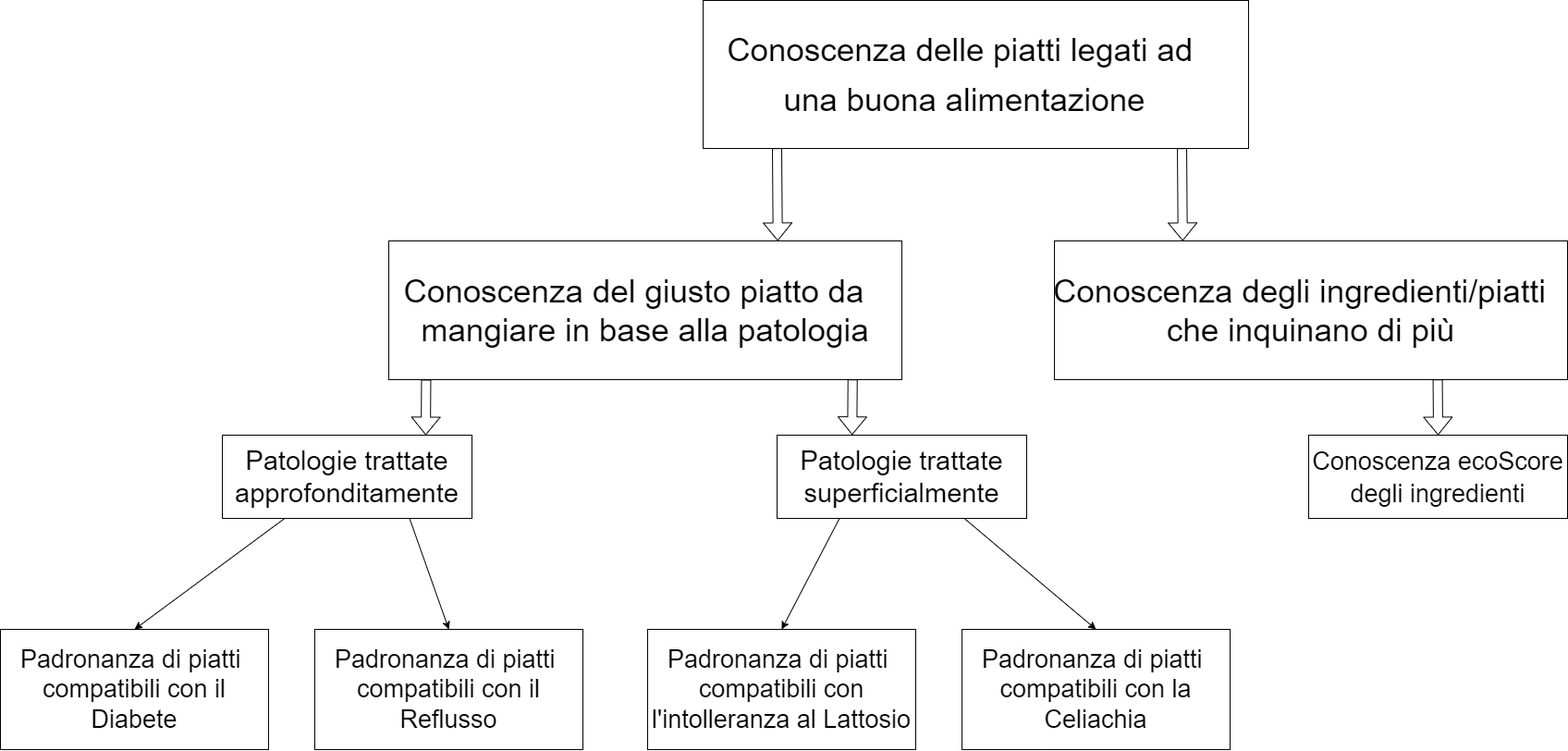
Above: doc/Progetti Drawio/A diagramma competenze acquisite.drawio.png in zSavT/Healthy-Catering (draw.io), before the change. Source tidied: cells renumbered, new cells last; positions are measured from the earlier drawing's top-left corner, leaving out a move shared by most shapes.
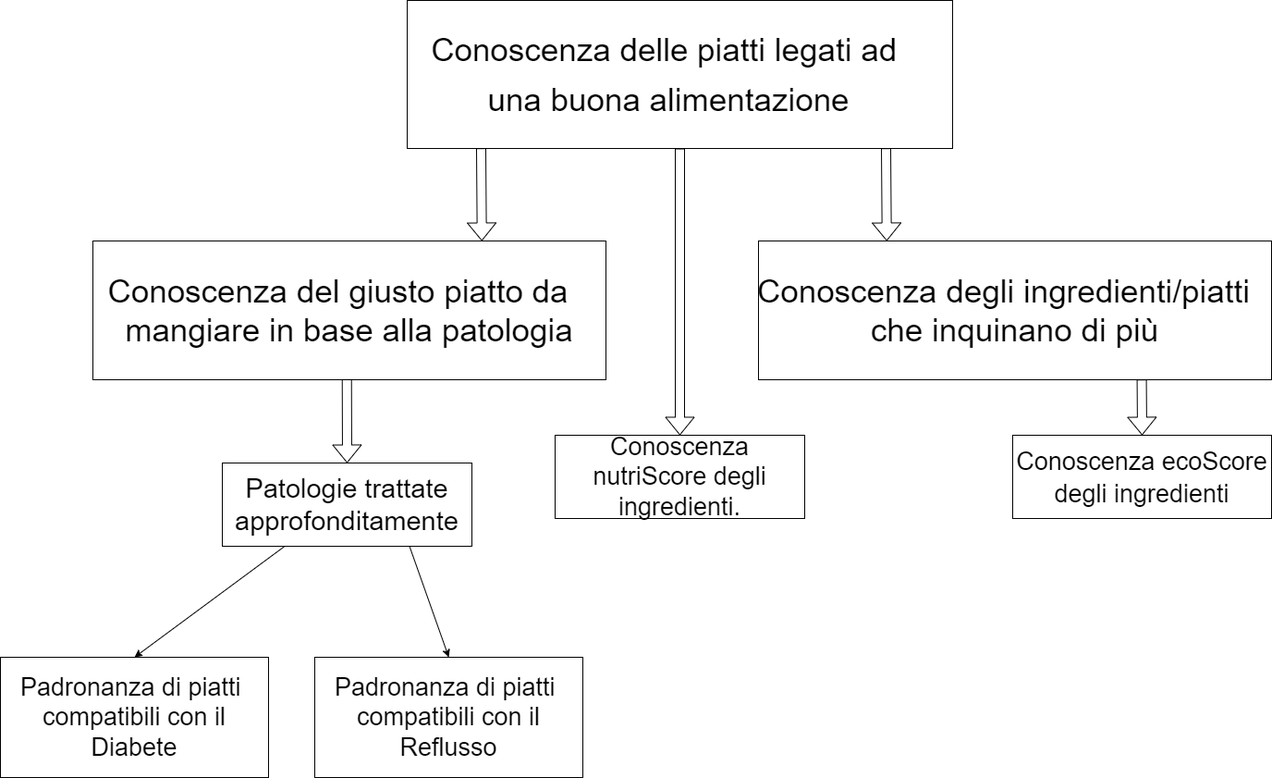
The same diagram one commit later.

Commit message:
Aggiornato schema conoscenze acquisite

The edit, as a diff of the source:
```diff
@@ -15,49 +15,28 @@
       <mxGeometry relative="1" as="geometry" />
     </mxCell>
     <mxCell id="6" value="&lt;font style=&quot;font-size: 27px;&quot;&gt;Padronanza di piatti&amp;nbsp; compatibili con il Diabete&lt;/font&gt;" style="rounded=0;whiteSpace=wrap;html=1;" parent="1" vertex="1">
-      <mxGeometry y="680" width="290" height="130" as="geometry" />
+      <mxGeometry x="320" y="710" width="290" height="130" as="geometry" />
     </mxCell>
     <mxCell id="7" value="&lt;font style=&quot;font-size: 27px;&quot;&gt;Padronanza di piatti&amp;nbsp; compatibili con il Reflusso&lt;/font&gt;" style="rounded=0;whiteSpace=wrap;html=1;" parent="1" vertex="1">
-      <mxGeometry x="340" y="680" width="290" height="130" as="geometry" />
+      <mxGeometry x="660" y="710" width="290" height="130" as="geometry" />
     </mxCell>
-    <mxCell id="8" value="&lt;font style=&quot;font-size: 27px;&quot;&gt;Padronanza di piatti&amp;nbsp; compatibili con la Celiachia&lt;/font&gt;" style="rounded=0;whiteSpace=wrap;html=1;" parent="1" vertex="1">
-      <mxGeometry x="1040" y="680" width="290" height="130" as="geometry" />
-    </mxCell>
-    <mxCell id="9" value="&lt;font style=&quot;font-size: 27px;&quot;&gt;Padronanza di piatti&amp;nbsp; compatibili con l'intolleranza al Lattosio&lt;/font&gt;" style="rounded=0;whiteSpace=wrap;html=1;" parent="1" vertex="1">
-      <mxGeometry x="700" y="680" width="290" height="130" as="geometry" />
-    </mxCell>
     <mxCell id="10" value="Patologie trattate approfonditamente" style="rounded=0;whiteSpace=wrap;html=1;fontSize=29;" parent="1" vertex="1">
-      <mxGeometry x="240" y="470" width="270" height="90" as="geometry" />
+      <mxGeometry x="560" y="500" width="270" height="90" as="geometry" />
     </mxCell>
-    <mxCell id="11" value="Patologie trattate superficialmente" style="rounded=0;whiteSpace=wrap;html=1;fontSize=29;" parent="1" vertex="1">
-      <mxGeometry x="840" y="470" width="270" height="90" as="geometry" />
-    </mxCell>
     <mxCell id="12" style="shape=flexArrow;endArrow=classic;html=1;rounded=0;fontSize=39;entryX=0.25;entryY=0;entryDx=0;entryDy=0;exitX=0.878;exitY=0.998;exitDx=0;exitDy=0;exitPerimeter=0;" parent="1" edge="1">
       <mxGeometry relative="1" as="geometry">
         <mxPoint x="840" y="159.7" as="sourcePoint" />
         <mxPoint x="840.7" y="260" as="targetPoint" />
       </mxGeometry>
     </mxCell>
-    <mxCell id="13" style="endArrow=classic;html=1;rounded=0;fontSize=37;exitX=0.75;exitY=1;exitDx=0;exitDy=0;entryX=0.5;entryY=0;entryDx=0;entryDy=0;" parent="1" edge="1" source="11" target="8">
-      <mxGeometry relative="1" as="geometry" />
-    </mxCell>
-    <mxCell id="14" style="endArrow=classic;html=1;rounded=0;fontSize=37;exitX=0.25;exitY=1;exitDx=0;exitDy=0;entryX=0.5;entryY=0;entryDx=0;entryDy=0;" parent="1" edge="1" source="11" target="9">
-      <mxGeometry relative="1" as="geometry" />
-    </mxCell>
     <mxCell id="15" style="endArrow=classic;html=1;rounded=0;fontSize=37;exitX=0.25;exitY=1;exitDx=0;exitDy=0;entryX=0.5;entryY=0;entryDx=0;entryDy=0;" parent="1" edge="1" source="10" target="6">
       <mxGeometry relative="1" as="geometry" />
     </mxCell>
     <mxCell id="16" style="endArrow=classic;html=1;rounded=0;fontSize=37;exitX=0.75;exitY=1;exitDx=0;exitDy=0;entryX=0.5;entryY=0;entryDx=0;entryDy=0;" parent="1" edge="1" source="10" target="7">
       <mxGeometry relative="1" as="geometry" />
     </mxCell>
-    <mxCell id="17" style="shape=flexArrow;endArrow=classic;html=1;rounded=0;fontSize=37;exitX=0.904;exitY=0.998;exitDx=0;exitDy=0;exitPerimeter=0;entryX=0.301;entryY=-0.003;entryDx=0;entryDy=0;entryPerimeter=0;" parent="1" edge="1" source="3" target="11">
-      <mxGeometry relative="1" as="geometry" />
-    </mxCell>
-    <mxCell id="18" style="shape=flexArrow;endArrow=classic;html=1;rounded=0;fontSize=37;exitX=0.904;exitY=0.998;exitDx=0;exitDy=0;exitPerimeter=0;entryX=0.301;entryY=-0.003;entryDx=0;entryDy=0;entryPerimeter=0;" parent="1" edge="1">
-      <mxGeometry relative="1" as="geometry">
-        <mxPoint x="460.5" y="410" as="sourcePoint" />
-        <mxPoint x="460" y="470" as="targetPoint" />
-      </mxGeometry>
+    <mxCell id="18" style="shape=flexArrow;endArrow=classic;html=1;rounded=0;fontSize=37;exitX=0.495;exitY=0.996;exitDx=0;exitDy=0;entryX=0.5;entryY=0;entryDx=0;entryDy=0;exitPerimeter=0;" parent="1" edge="1" source="3" target="10">
+      <mxGeometry relative="1" as="geometry" />
     </mxCell>
     <mxCell id="19" value="&lt;font style=&quot;font-size: 27px;&quot;&gt;Conoscenza ecoScore degli ingredienti&lt;/font&gt;" style="rounded=0;whiteSpace=wrap;html=1;fontSize=29;" parent="1" vertex="1">
       <mxGeometry x="1415" y="470" width="280" height="90" as="geometry" />
@@ -65,5 +44,11 @@
     <mxCell id="20" style="shape=flexArrow;endArrow=classic;html=1;rounded=0;fontSize=37;exitX=0.747;exitY=0.998;exitDx=0;exitDy=0;entryX=0.5;entryY=0;entryDx=0;entryDy=0;exitPerimeter=0;" parent="1" edge="1" source="4" target="19">
       <mxGeometry relative="1" as="geometry" />
     </mxCell>
+    <mxCell id="21" style="shape=flexArrow;endArrow=classic;html=1;rounded=0;exitX=0.5;exitY=1;exitDx=0;exitDy=0;" parent="1" edge="1" source="2" target="22">
+      <mxGeometry relative="1" as="geometry" />
+    </mxCell>
+    <mxCell id="22" value="&lt;font style=&quot;font-size: 27px;&quot;&gt;Conoscenza nutriScore degli ingredienti.&lt;/font&gt;" style="rounded=0;whiteSpace=wrap;html=1;" parent="1" vertex="1">
+      <mxGeometry x="920" y="470" width="270" height="90" as="geometry" />
+    </mxCell>
   </root>
 </mxGraphModel>
```
